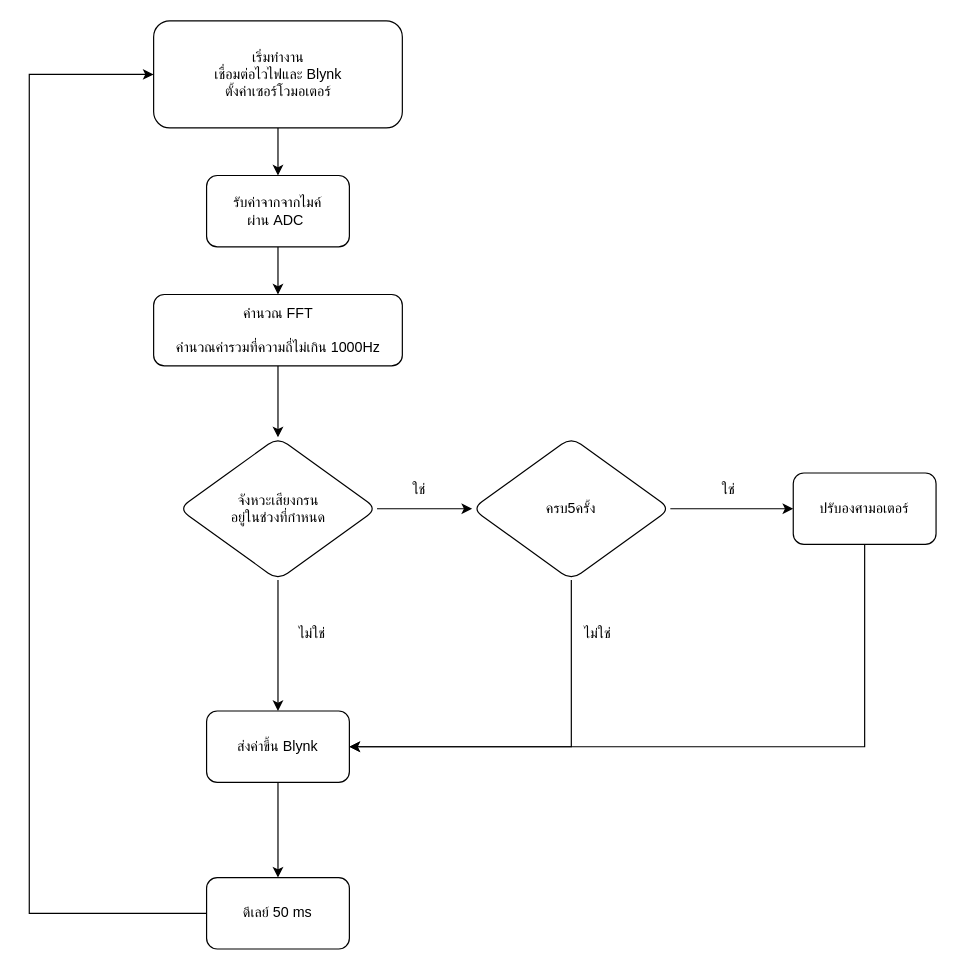
The draw.io diagram Snoring detect.drawio in canusorn/snore_detect, before the edit. Source tidied: cells renumbered, new cells numbered last; positions are measured from the earlier drawing's top-left corner, leaving out a move shared by most shapes. Both pictures are drawn from the tidied source at 119%, with x=0, y=0 at pixel (29, 20).
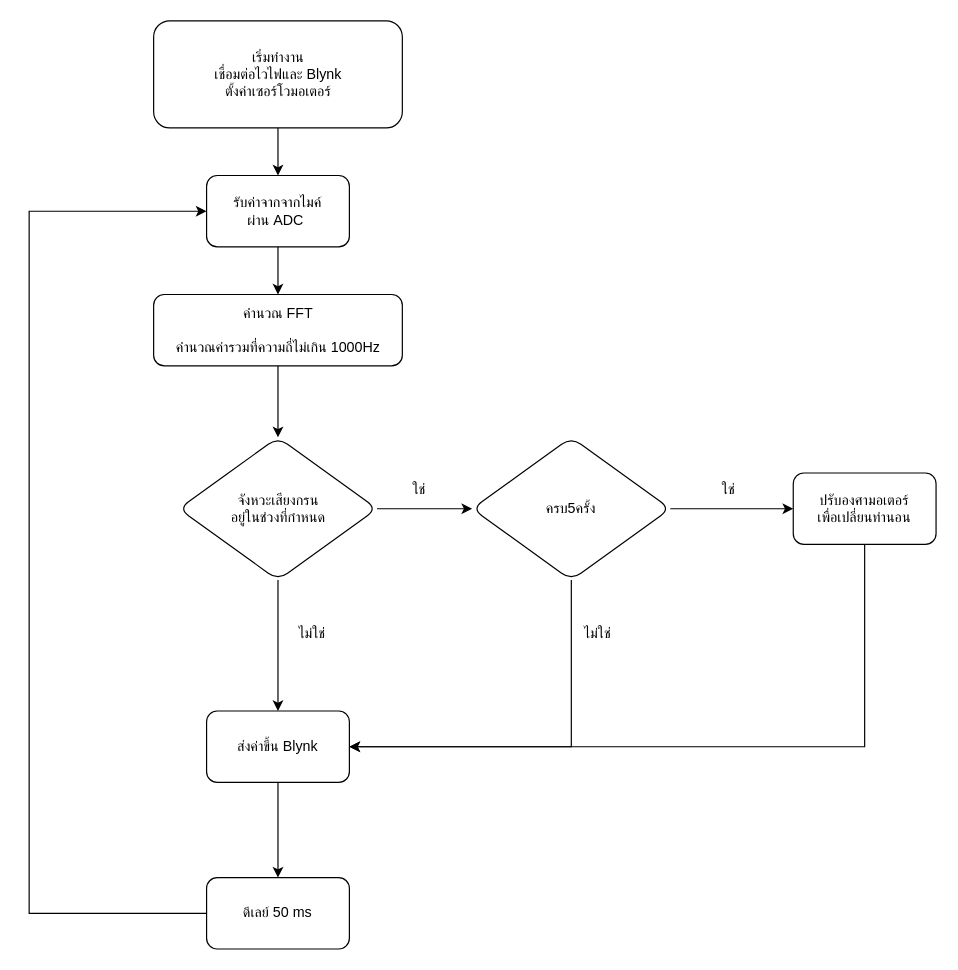
After the change.

Unchanged cells that the change refers to:
```xml
<mxCell id="3" value="เริ่มทำงาน&lt;br&gt;เชื่อมต่อไวไฟและ Blynk&lt;br&gt;ตั้งค่าเซอร์โวมอเตอร์" style="rounded=1;whiteSpace=wrap;html=1;fontSize=12;glass=0;strokeWidth=1;shadow=0;" parent="1" vertex="1">
  <mxGeometry x="104.6" width="209" height="90" as="geometry" />
</mxCell>
<mxCell id="5" value="รับค่าจากจากไมค์&lt;br&gt;ผ่าน ADC&amp;nbsp;" style="rounded=1;whiteSpace=wrap;html=1;glass=0;strokeWidth=1;shadow=0;" parent="1" vertex="1">
  <mxGeometry x="149.1" y="130" width="120" height="60" as="geometry" />
</mxCell>
<mxCell id="19" value="ดีเลย์ 50 ms" style="whiteSpace=wrap;html=1;rounded=1;glass=0;strokeWidth=1;shadow=0;" parent="1" vertex="1">
  <mxGeometry x="149.1" y="720" width="120" height="60" as="geometry" />
</mxCell>
```

The edit, as a diff of the source:
```diff
@@
-    <mxCell id="17" value="ปรับองศามอเตอร์" style="whiteSpace=wrap;html=1;rounded=1;glass=0;strokeWidth=1;shadow=0;" parent="1" vertex="1">
+    <mxCell id="17" value="ปรับองศามอเตอร์&lt;br&gt;เพื่อเปลี่ยนท่านอน" style="whiteSpace=wrap;html=1;rounded=1;glass=0;strokeWidth=1;shadow=0;" parent="1" vertex="1">
       <mxGeometry x="642.1" y="380" width="120" height="60" as="geometry" />
     </mxCell>
-    <mxCell id="18" style="edgeStyle=orthogonalEdgeStyle;rounded=0;jettySize=auto;html=1;entryX=0;entryY=0.5;entryDx=0;entryDy=0;" parent="1" edge="1" source="19" target="3">
+    <mxCell id="18" style="edgeStyle=orthogonalEdgeStyle;rounded=0;jettySize=auto;html=1;entryX=0;entryY=0.5;entryDx=0;entryDy=0;" parent="1" edge="1" source="19" target="5">
       <mxGeometry relative="1" as="geometry">
         <Array as="points">
-          <mxPoint x="0.1" y="750" />
-          <mxPoint x="0.1" y="45" />
+          <mxPoint y="750" />
+          <mxPoint y="160" />
         </Array>
       </mxGeometry>
     </mxCell>
```
